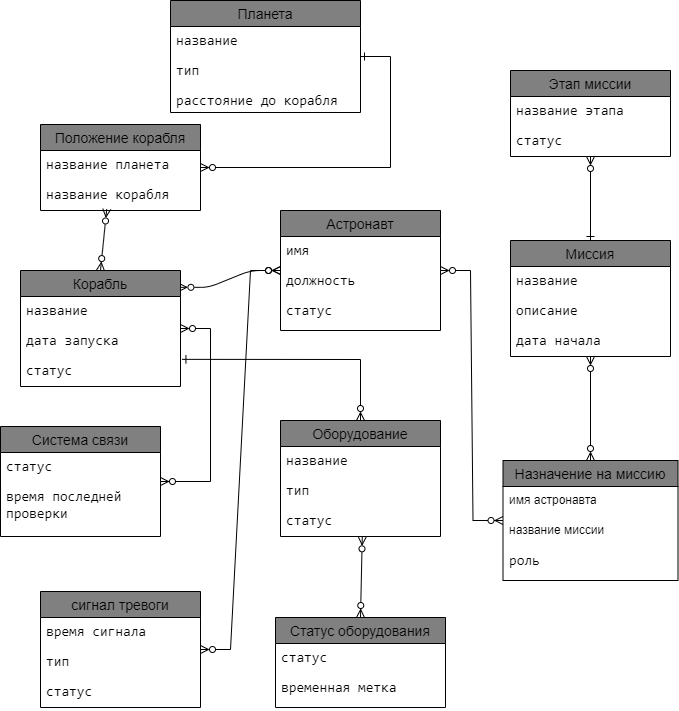
The draw.io diagram Database/labs/lab1/DatabaseLab1.drawio.png in ivanstylish/ITMO-Study-Note, before a commit. Source tidied: cells renumbered, new cells last; positions are measured from the earlier drawing's top-left corner, leaving out a move shared by most shapes.
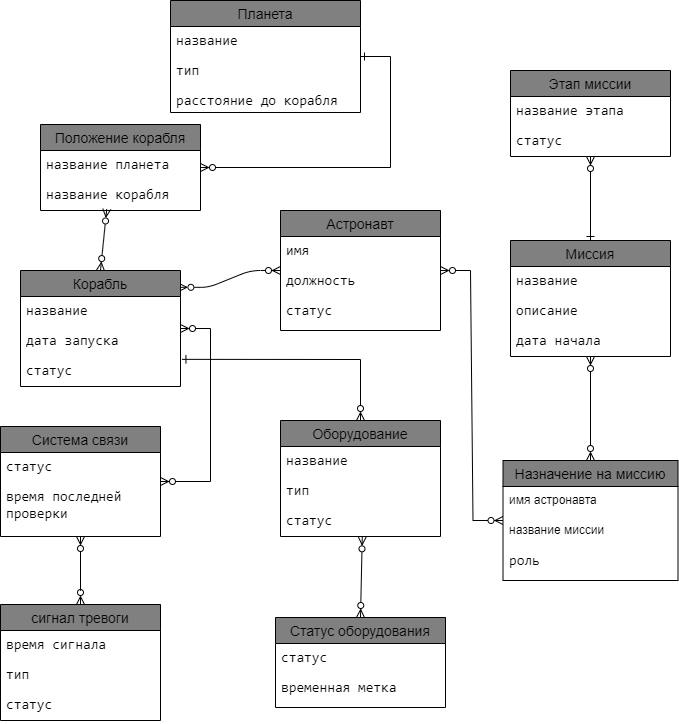
After the commit.

The edit, as a diff of the source:
```diff
@@ -87,7 +87,7 @@
       <mxGeometry y="56" width="170" height="34" as="geometry" />
     </mxCell>
     <mxCell id="30" value="сигнал тревоги" style="swimlane;fontStyle=0;horizontal=1;startSize=26;align=center;fontSize=14;fillColor=#808080;" parent="1" vertex="1">
-      <mxGeometry x="40" y="591" width="160" height="116" as="geometry" />
+      <mxGeometry y="604" width="160" height="116" as="geometry" />
     </mxCell>
     <mxCell id="31" value="&lt;span style=&quot;font-size: 10.5pt; font-family: Consolas;&quot;&gt;&lt;font style=&quot;color: rgb(0, 0, 0);&quot;&gt;время сигнала&lt;/font&gt;&lt;/span&gt;" style="text;strokeColor=none;fillColor=none;spacingLeft=4;spacingRight=4;overflow=hidden;fontSize=12;whiteSpace=wrap;html=1;" parent="30" vertex="1">
       <mxGeometry y="26" width="160" height="30" as="geometry" />
@@ -141,9 +141,6 @@
     <mxCell id="45" style="edgeStyle=entityRelationEdgeStyle;fontSize=12;html=1;endArrow=ERone;startArrow=ERzeroToMany;rounded=0;startFill=0;endFill=0;" parent="1" edge="1" source="41" target="11">
       <mxGeometry relative="1" as="geometry" />
     </mxCell>
-    <mxCell id="46" style="edgeStyle=entityRelationEdgeStyle;fontSize=12;html=1;endArrow=ERzeroToMany;endFill=0;rounded=0;startArrow=ERzeroToMany;startFill=0;" parent="1" edge="1" source="30" target="7">
-      <mxGeometry relative="1" as="geometry" />
-    </mxCell>
     <mxCell id="47" style="endArrow=ERzeroToMany;html=1;rounded=0;entryX=0.5;entryY=0;entryDx=0;entryDy=0;exitX=0.414;exitY=0.951;exitDx=0;exitDy=0;exitPerimeter=0;startArrow=ERzeroToMany;startFill=0;endFill=0;" parent="1" edge="1" source="43" target="3">
       <mxGeometry relative="1" as="geometry" />
     </mxCell>
@@ -163,5 +160,12 @@
         </Array>
       </mxGeometry>
     </mxCell>
+    <mxCell id="52" style="endArrow=ERzeroToMany;html=1;rounded=0;entryX=0.5;entryY=0;entryDx=0;entryDy=0;startArrow=ERzeroToMany;startFill=0;endFill=0;" parent="1" edge="1" source="24" target="30">
+      <mxGeometry relative="1" as="geometry">
+        <Array as="points">
+          <mxPoint x="80" y="590" />
+        </Array>
+      </mxGeometry>
+    </mxCell>
   </root>
 </mxGraphModel>
```
